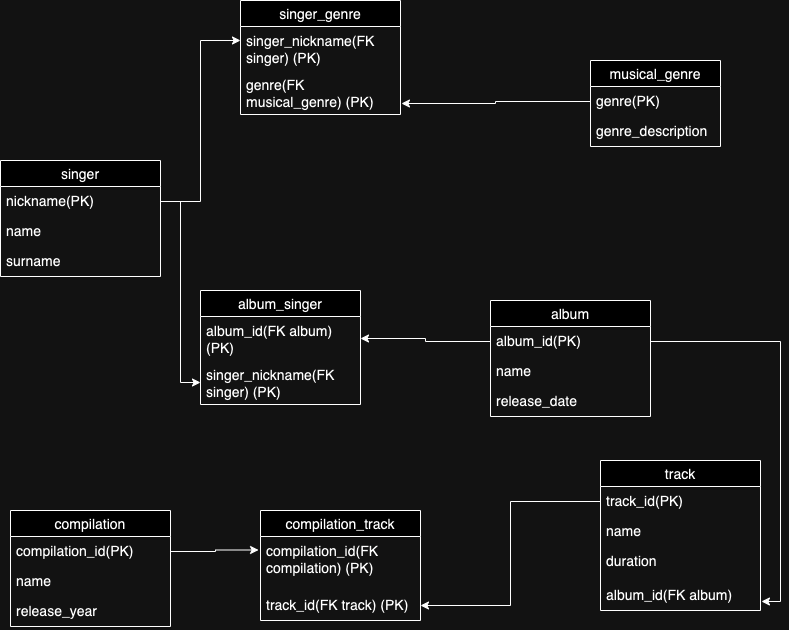
Earlier version of the draw.io export musical_site.png (ilonsisse/db_2nd_task). Source tidied: cells renumbered, new cells last; positions are measured from the earlier drawing's top-left corner, leaving out a move shared by most shapes. Its diagram source:
```xml
<mxGraphModel>
  <root>
    <mxCell id="0" />
    <mxCell id="1" parent="0" />
    <mxCell id="2" value="singer_genre" style="swimlane;fontStyle=0;horizontal=1;startSize=26;align=center;fontSize=14;" parent="1" vertex="1">
      <mxGeometry x="240" width="160" height="114" as="geometry" />
    </mxCell>
    <mxCell id="3" value="&lt;font style=&quot;font-size: 14px;&quot;&gt;singer_nickname(FK singer) (PK)&lt;/font&gt;" style="text;strokeColor=none;fillColor=none;spacingLeft=4;spacingRight=4;overflow=hidden;points=[[0,0.5],[1,0.5]];portConstraint=eastwest;fontSize=12;whiteSpace=wrap;html=1;" parent="2" vertex="1">
      <mxGeometry y="26" width="160" height="44" as="geometry" />
    </mxCell>
    <mxCell id="4" value="&lt;font style=&quot;font-size: 14px;&quot;&gt;genre(FK musical_genre) (PK)&lt;/font&gt;" style="text;strokeColor=none;fillColor=none;spacingLeft=4;spacingRight=4;overflow=hidden;points=[[0,0.5],[1,0.5]];portConstraint=eastwest;fontSize=12;whiteSpace=wrap;html=1;" parent="2" vertex="1">
      <mxGeometry y="70" width="160" height="44" as="geometry" />
    </mxCell>
    <mxCell id="5" value="musical_genre" style="swimlane;fontStyle=0;horizontal=1;startSize=26;align=center;fontSize=14;" parent="1" vertex="1">
      <mxGeometry x="590" y="60" width="130" height="86" as="geometry" />
    </mxCell>
    <mxCell id="6" value="&lt;font style=&quot;font-size: 14px;&quot;&gt;genre(PK)&lt;/font&gt;" style="text;strokeColor=none;fillColor=none;spacingLeft=4;spacingRight=4;overflow=hidden;points=[[0,0.5],[1,0.5]];portConstraint=eastwest;fontSize=12;whiteSpace=wrap;html=1;" parent="5" vertex="1">
      <mxGeometry y="26" width="130" height="30" as="geometry" />
    </mxCell>
    <mxCell id="7" value="&lt;font style=&quot;font-size: 14px;&quot;&gt;genre_description&lt;/font&gt;" style="text;strokeColor=none;fillColor=none;spacingLeft=4;spacingRight=4;overflow=hidden;fontSize=12;whiteSpace=wrap;html=1;" parent="5" vertex="1">
      <mxGeometry y="56" width="130" height="30" as="geometry" />
    </mxCell>
    <mxCell id="8" style="edgeStyle=orthogonalEdgeStyle;rounded=0;jettySize=auto;html=1;exitX=0;exitY=0.5;exitDx=0;exitDy=0;entryX=1.006;entryY=0.75;entryDx=0;entryDy=0;entryPerimeter=0;" parent="1" edge="1" source="6" target="4">
      <mxGeometry relative="1" as="geometry" />
    </mxCell>
    <mxCell id="9" value="singer" style="swimlane;fontStyle=0;horizontal=1;startSize=26;align=center;fontSize=14;" parent="1" vertex="1">
      <mxGeometry y="160" width="160" height="116" as="geometry" />
    </mxCell>
    <mxCell id="10" value="&lt;font style=&quot;font-size: 14px;&quot;&gt;nickname(PK)&lt;/font&gt;" style="text;strokeColor=none;fillColor=none;spacingLeft=4;spacingRight=4;overflow=hidden;points=[[0,0.5],[1,0.5]];portConstraint=eastwest;fontSize=12;whiteSpace=wrap;html=1;" parent="9" vertex="1">
      <mxGeometry y="26" width="160" height="30" as="geometry" />
    </mxCell>
    <mxCell id="11" value="&lt;font style=&quot;font-size: 14px;&quot;&gt;name&lt;/font&gt;" style="text;strokeColor=none;fillColor=none;spacingLeft=4;spacingRight=4;overflow=hidden;fontSize=12;whiteSpace=wrap;html=1;" parent="9" vertex="1">
      <mxGeometry y="56" width="160" height="30" as="geometry" />
    </mxCell>
    <mxCell id="12" value="&lt;font style=&quot;font-size: 14px;&quot;&gt;surname&lt;/font&gt;" style="text;strokeColor=none;fillColor=none;spacingLeft=4;spacingRight=4;overflow=hidden;fontSize=12;whiteSpace=wrap;html=1;" parent="9" vertex="1">
      <mxGeometry y="86" width="160" height="30" as="geometry" />
    </mxCell>
    <mxCell id="13" style="edgeStyle=orthogonalEdgeStyle;rounded=0;jettySize=auto;html=1;exitX=1;exitY=0.5;exitDx=0;exitDy=0;entryX=0;entryY=0.318;entryDx=0;entryDy=0;entryPerimeter=0;" parent="1" edge="1" source="10" target="3">
      <mxGeometry relative="1" as="geometry" />
    </mxCell>
    <mxCell id="14" value="album_singer" style="swimlane;fontStyle=0;horizontal=1;startSize=26;align=center;fontSize=14;" parent="1" vertex="1">
      <mxGeometry x="200" y="290" width="160" height="114" as="geometry" />
    </mxCell>
    <mxCell id="15" value="&lt;font style=&quot;font-size: 14px;&quot;&gt;album_id(FK album)(PK)&lt;/font&gt;" style="text;strokeColor=none;fillColor=none;spacingLeft=4;spacingRight=4;overflow=hidden;points=[[0,0.5],[1,0.5]];portConstraint=eastwest;fontSize=12;whiteSpace=wrap;html=1;" parent="14" vertex="1">
      <mxGeometry y="26" width="160" height="44" as="geometry" />
    </mxCell>
    <mxCell id="16" value="&lt;font style=&quot;font-size: 14px;&quot;&gt;singer_nickname(FK singer) (PK)&lt;/font&gt;" style="text;strokeColor=none;fillColor=none;spacingLeft=4;spacingRight=4;overflow=hidden;points=[[0,0.5],[1,0.5]];portConstraint=eastwest;fontSize=12;whiteSpace=wrap;html=1;" parent="14" vertex="1">
      <mxGeometry y="70" width="160" height="44" as="geometry" />
    </mxCell>
    <mxCell id="17" style="edgeStyle=orthogonalEdgeStyle;rounded=0;jettySize=auto;html=1;exitX=1;exitY=0.5;exitDx=0;exitDy=0;entryX=0;entryY=0.5;entryDx=0;entryDy=0;" parent="1" edge="1" source="10" target="16">
      <mxGeometry relative="1" as="geometry" />
    </mxCell>
    <mxCell id="18" value="album" style="swimlane;fontStyle=0;horizontal=1;startSize=26;align=center;fontSize=14;" parent="1" vertex="1">
      <mxGeometry x="490" y="300" width="160" height="116" as="geometry" />
    </mxCell>
    <mxCell id="19" value="&lt;font style=&quot;font-size: 14px;&quot;&gt;album_id(PK)&lt;/font&gt;" style="text;strokeColor=none;fillColor=none;spacingLeft=4;spacingRight=4;overflow=hidden;points=[[0,0.5],[1,0.5]];portConstraint=eastwest;fontSize=12;whiteSpace=wrap;html=1;" parent="18" vertex="1">
      <mxGeometry y="26" width="160" height="30" as="geometry" />
    </mxCell>
    <mxCell id="20" value="&lt;font style=&quot;font-size: 14px;&quot;&gt;name&lt;/font&gt;" style="text;strokeColor=none;fillColor=none;spacingLeft=4;spacingRight=4;overflow=hidden;fontSize=12;whiteSpace=wrap;html=1;" parent="18" vertex="1">
      <mxGeometry y="56" width="160" height="30" as="geometry" />
    </mxCell>
    <mxCell id="21" value="&lt;font style=&quot;font-size: 14px;&quot;&gt;release_date&lt;/font&gt;" style="text;strokeColor=none;fillColor=none;spacingLeft=4;spacingRight=4;overflow=hidden;fontSize=12;whiteSpace=wrap;html=1;" parent="18" vertex="1">
      <mxGeometry y="86" width="160" height="30" as="geometry" />
    </mxCell>
    <mxCell id="22" style="edgeStyle=orthogonalEdgeStyle;rounded=0;jettySize=auto;html=1;exitX=0;exitY=0.5;exitDx=0;exitDy=0;entryX=1;entryY=0.5;entryDx=0;entryDy=0;" parent="1" edge="1" source="19" target="15">
      <mxGeometry relative="1" as="geometry" />
    </mxCell>
    <mxCell id="23" value="track" style="swimlane;fontStyle=0;horizontal=1;startSize=26;align=center;fontSize=14;" parent="1" vertex="1">
      <mxGeometry x="600" y="460" width="160" height="150" as="geometry" />
    </mxCell>
    <mxCell id="24" value="&lt;font style=&quot;font-size: 14px;&quot;&gt;track_id(PK)&lt;/font&gt;" style="text;strokeColor=none;fillColor=none;spacingLeft=4;spacingRight=4;overflow=hidden;points=[[0,0.5],[1,0.5]];portConstraint=eastwest;fontSize=12;whiteSpace=wrap;html=1;" parent="23" vertex="1">
      <mxGeometry y="26" width="160" height="30" as="geometry" />
    </mxCell>
    <mxCell id="25" value="&lt;font style=&quot;font-size: 14px;&quot;&gt;name&lt;/font&gt;" style="text;strokeColor=none;fillColor=none;spacingLeft=4;spacingRight=4;overflow=hidden;fontSize=12;whiteSpace=wrap;html=1;" parent="23" vertex="1">
      <mxGeometry y="56" width="160" height="30" as="geometry" />
    </mxCell>
    <mxCell id="26" value="&lt;font style=&quot;font-size: 14px;&quot;&gt;duration&lt;br&gt;&lt;br&gt;&lt;/font&gt;&lt;div style=&quot;font-size: 14px;&quot;&gt;&lt;font style=&quot;font-size: 14px;&quot;&gt;album_id(FK album)&lt;/font&gt;&lt;/div&gt;" style="text;strokeColor=none;fillColor=none;spacingLeft=4;spacingRight=4;overflow=hidden;points=[[0,0.5],[1,0.5]];portConstraint=eastwest;fontSize=12;whiteSpace=wrap;html=1;" parent="23" vertex="1">
      <mxGeometry y="86" width="160" height="64" as="geometry" />
    </mxCell>
    <mxCell id="27" style="edgeStyle=orthogonalEdgeStyle;rounded=0;jettySize=auto;html=1;exitX=1;exitY=0.5;exitDx=0;exitDy=0;entryX=1.006;entryY=0.859;entryDx=0;entryDy=0;entryPerimeter=0;" parent="1" edge="1" source="19" target="26">
      <mxGeometry relative="1" as="geometry" />
    </mxCell>
    <mxCell id="28" value="compilation_track" style="swimlane;fontStyle=0;horizontal=1;startSize=26;align=center;fontSize=14;" parent="1" vertex="1">
      <mxGeometry x="260" y="510" width="160" height="110" as="geometry" />
    </mxCell>
    <mxCell id="29" value="&lt;font style=&quot;font-size: 14px;&quot;&gt;compilation_id(FK compilation) (PK)&lt;/font&gt;" style="text;strokeColor=none;fillColor=none;spacingLeft=4;spacingRight=4;overflow=hidden;points=[[0,0.5],[1,0.5]];portConstraint=eastwest;fontSize=12;whiteSpace=wrap;html=1;" parent="28" vertex="1">
      <mxGeometry y="26" width="160" height="54" as="geometry" />
    </mxCell>
    <mxCell id="30" value="&lt;font style=&quot;font-size: 14px;&quot;&gt;track_id(FK track) (PK)&lt;/font&gt;" style="text;strokeColor=none;fillColor=none;spacingLeft=4;spacingRight=4;overflow=hidden;points=[[0,0.5],[1,0.5]];portConstraint=eastwest;fontSize=12;whiteSpace=wrap;html=1;" parent="28" vertex="1">
      <mxGeometry y="80" width="160" height="30" as="geometry" />
    </mxCell>
    <mxCell id="31" style="edgeStyle=orthogonalEdgeStyle;rounded=0;jettySize=auto;html=1;exitX=0;exitY=0.5;exitDx=0;exitDy=0;entryX=1;entryY=0.5;entryDx=0;entryDy=0;" parent="1" edge="1" source="24" target="30">
      <mxGeometry relative="1" as="geometry" />
    </mxCell>
    <mxCell id="32" value="compilation" style="swimlane;fontStyle=0;horizontal=1;startSize=26;align=center;fontSize=14;" parent="1" vertex="1">
      <mxGeometry x="10" y="510" width="160" height="116" as="geometry" />
    </mxCell>
    <mxCell id="33" value="&lt;font style=&quot;font-size: 14px;&quot;&gt;compilation_id(PK)&lt;/font&gt;" style="text;strokeColor=none;fillColor=none;spacingLeft=4;spacingRight=4;overflow=hidden;points=[[0,0.5],[1,0.5]];portConstraint=eastwest;fontSize=12;whiteSpace=wrap;html=1;" parent="32" vertex="1">
      <mxGeometry y="26" width="160" height="30" as="geometry" />
    </mxCell>
    <mxCell id="34" value="&lt;font style=&quot;font-size: 14px;&quot;&gt;name&lt;/font&gt;" style="text;strokeColor=none;fillColor=none;spacingLeft=4;spacingRight=4;overflow=hidden;fontSize=12;whiteSpace=wrap;html=1;" parent="32" vertex="1">
      <mxGeometry y="56" width="160" height="30" as="geometry" />
    </mxCell>
    <mxCell id="35" value="&lt;font style=&quot;font-size: 14px;&quot;&gt;release_year&lt;/font&gt;" style="text;strokeColor=none;fillColor=none;spacingLeft=4;spacingRight=4;overflow=hidden;fontSize=12;whiteSpace=wrap;html=1;" parent="32" vertex="1">
      <mxGeometry y="86" width="160" height="30" as="geometry" />
    </mxCell>
    <mxCell id="36" style="edgeStyle=orthogonalEdgeStyle;rounded=0;jettySize=auto;html=1;exitX=1;exitY=0.5;exitDx=0;exitDy=0;entryX=-0.012;entryY=0.25;entryDx=0;entryDy=0;entryPerimeter=0;" parent="1" edge="1" source="33" target="29">
      <mxGeometry relative="1" as="geometry" />
    </mxCell>
  </root>
</mxGraphModel>
```
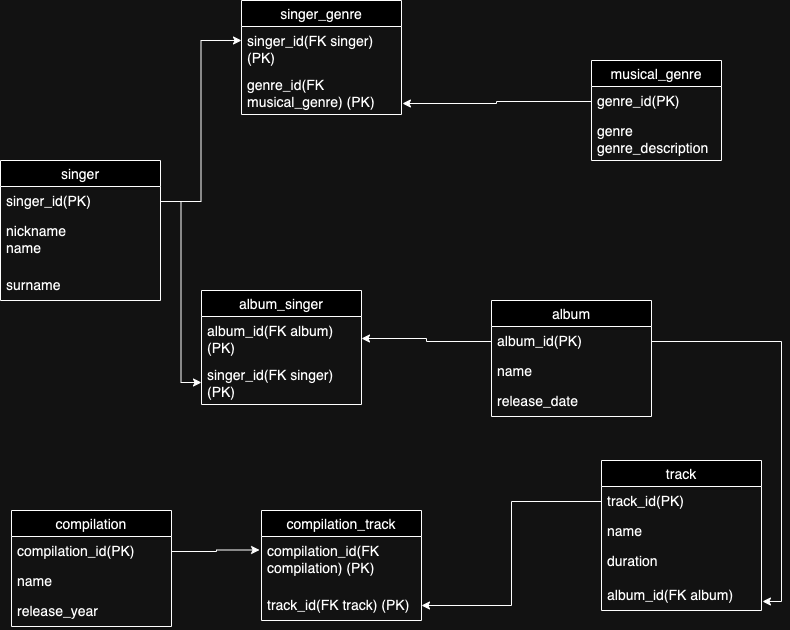
The same file after the commit.

Commit message:
modified in line with recommendations

What changed in the source:
```diff
@@ -5,35 +5,35 @@
     <mxCell id="2" value="singer_genre" style="swimlane;fontStyle=0;horizontal=1;startSize=26;align=center;fontSize=14;" parent="1" vertex="1">
       <mxGeometry x="240" width="160" height="114" as="geometry" />
     </mxCell>
-    <mxCell id="3" value="&lt;font style=&quot;font-size: 14px;&quot;&gt;singer_nickname(FK singer) (PK)&lt;/font&gt;" style="text;strokeColor=none;fillColor=none;spacingLeft=4;spacingRight=4;overflow=hidden;points=[[0,0.5],[1,0.5]];portConstraint=eastwest;fontSize=12;whiteSpace=wrap;html=1;" parent="2" vertex="1">
+    <mxCell id="3" value="&lt;font style=&quot;font-size: 14px;&quot;&gt;singer_id(FK singer) (PK)&lt;/font&gt;" style="text;strokeColor=none;fillColor=none;spacingLeft=4;spacingRight=4;overflow=hidden;points=[[0,0.5],[1,0.5]];portConstraint=eastwest;fontSize=12;whiteSpace=wrap;html=1;" parent="2" vertex="1">
       <mxGeometry y="26" width="160" height="44" as="geometry" />
     </mxCell>
-    <mxCell id="4" value="&lt;font style=&quot;font-size: 14px;&quot;&gt;genre(FK musical_genre) (PK)&lt;/font&gt;" style="text;strokeColor=none;fillColor=none;spacingLeft=4;spacingRight=4;overflow=hidden;points=[[0,0.5],[1,0.5]];portConstraint=eastwest;fontSize=12;whiteSpace=wrap;html=1;" parent="2" vertex="1">
+    <mxCell id="4" value="&lt;font style=&quot;font-size: 14px;&quot;&gt;genre_id(FK musical_genre) (PK)&lt;/font&gt;" style="text;strokeColor=none;fillColor=none;spacingLeft=4;spacingRight=4;overflow=hidden;points=[[0,0.5],[1,0.5]];portConstraint=eastwest;fontSize=12;whiteSpace=wrap;html=1;" parent="2" vertex="1">
       <mxGeometry y="70" width="160" height="44" as="geometry" />
     </mxCell>
     <mxCell id="5" value="musical_genre" style="swimlane;fontStyle=0;horizontal=1;startSize=26;align=center;fontSize=14;" parent="1" vertex="1">
-      <mxGeometry x="590" y="60" width="130" height="86" as="geometry" />
+      <mxGeometry x="590" y="60" width="130" height="100" as="geometry" />
     </mxCell>
-    <mxCell id="6" value="&lt;font style=&quot;font-size: 14px;&quot;&gt;genre(PK)&lt;/font&gt;" style="text;strokeColor=none;fillColor=none;spacingLeft=4;spacingRight=4;overflow=hidden;points=[[0,0.5],[1,0.5]];portConstraint=eastwest;fontSize=12;whiteSpace=wrap;html=1;" parent="5" vertex="1">
+    <mxCell id="6" value="&lt;font style=&quot;font-size: 14px;&quot;&gt;genre_id(PK)&lt;/font&gt;" style="text;strokeColor=none;fillColor=none;spacingLeft=4;spacingRight=4;overflow=hidden;points=[[0,0.5],[1,0.5]];portConstraint=eastwest;fontSize=12;whiteSpace=wrap;html=1;" parent="5" vertex="1">
       <mxGeometry y="26" width="130" height="30" as="geometry" />
     </mxCell>
-    <mxCell id="7" value="&lt;font style=&quot;font-size: 14px;&quot;&gt;genre_description&lt;/font&gt;" style="text;strokeColor=none;fillColor=none;spacingLeft=4;spacingRight=4;overflow=hidden;fontSize=12;whiteSpace=wrap;html=1;" parent="5" vertex="1">
-      <mxGeometry y="56" width="130" height="30" as="geometry" />
+    <mxCell id="7" value="&lt;font style=&quot;font-size: 14px;&quot;&gt;genre&lt;br&gt;genre_description&lt;/font&gt;" style="text;strokeColor=none;fillColor=none;spacingLeft=4;spacingRight=4;overflow=hidden;fontSize=12;whiteSpace=wrap;html=1;" parent="5" vertex="1">
+      <mxGeometry y="56" width="130" height="44" as="geometry" />
     </mxCell>
     <mxCell id="8" style="edgeStyle=orthogonalEdgeStyle;rounded=0;jettySize=auto;html=1;exitX=0;exitY=0.5;exitDx=0;exitDy=0;entryX=1.006;entryY=0.75;entryDx=0;entryDy=0;entryPerimeter=0;" parent="1" edge="1" source="6" target="4">
       <mxGeometry relative="1" as="geometry" />
     </mxCell>
     <mxCell id="9" value="singer" style="swimlane;fontStyle=0;horizontal=1;startSize=26;align=center;fontSize=14;" parent="1" vertex="1">
-      <mxGeometry y="160" width="160" height="116" as="geometry" />
+      <mxGeometry x="-1" y="160" width="160" height="140" as="geometry" />
     </mxCell>
-    <mxCell id="10" value="&lt;font style=&quot;font-size: 14px;&quot;&gt;nickname(PK)&lt;/font&gt;" style="text;strokeColor=none;fillColor=none;spacingLeft=4;spacingRight=4;overflow=hidden;points=[[0,0.5],[1,0.5]];portConstraint=eastwest;fontSize=12;whiteSpace=wrap;html=1;" parent="9" vertex="1">
+    <mxCell id="10" value="&lt;font style=&quot;font-size: 14px;&quot;&gt;singer_id(PK)&lt;/font&gt;" style="text;strokeColor=none;fillColor=none;spacingLeft=4;spacingRight=4;overflow=hidden;points=[[0,0.5],[1,0.5]];portConstraint=eastwest;fontSize=12;whiteSpace=wrap;html=1;" parent="9" vertex="1">
       <mxGeometry y="26" width="160" height="30" as="geometry" />
     </mxCell>
-    <mxCell id="11" value="&lt;font style=&quot;font-size: 14px;&quot;&gt;name&lt;/font&gt;" style="text;strokeColor=none;fillColor=none;spacingLeft=4;spacingRight=4;overflow=hidden;fontSize=12;whiteSpace=wrap;html=1;" parent="9" vertex="1">
-      <mxGeometry y="56" width="160" height="30" as="geometry" />
+    <mxCell id="11" value="&lt;font style=&quot;font-size: 14px;&quot;&gt;nickname&lt;br&gt;name&lt;/font&gt;" style="text;strokeColor=none;fillColor=none;spacingLeft=4;spacingRight=4;overflow=hidden;fontSize=12;whiteSpace=wrap;html=1;" parent="9" vertex="1">
+      <mxGeometry y="56" width="160" height="54" as="geometry" />
     </mxCell>
     <mxCell id="12" value="&lt;font style=&quot;font-size: 14px;&quot;&gt;surname&lt;/font&gt;" style="text;strokeColor=none;fillColor=none;spacingLeft=4;spacingRight=4;overflow=hidden;fontSize=12;whiteSpace=wrap;html=1;" parent="9" vertex="1">
-      <mxGeometry y="86" width="160" height="30" as="geometry" />
+      <mxGeometry y="110" width="160" height="30" as="geometry" />
     </mxCell>
     <mxCell id="13" style="edgeStyle=orthogonalEdgeStyle;rounded=0;jettySize=auto;html=1;exitX=1;exitY=0.5;exitDx=0;exitDy=0;entryX=0;entryY=0.318;entryDx=0;entryDy=0;entryPerimeter=0;" parent="1" edge="1" source="10" target="3">
       <mxGeometry relative="1" as="geometry" />
@@ -44,7 +44,7 @@
     <mxCell id="15" value="&lt;font style=&quot;font-size: 14px;&quot;&gt;album_id(FK album)(PK)&lt;/font&gt;" style="text;strokeColor=none;fillColor=none;spacingLeft=4;spacingRight=4;overflow=hidden;points=[[0,0.5],[1,0.5]];portConstraint=eastwest;fontSize=12;whiteSpace=wrap;html=1;" parent="14" vertex="1">
       <mxGeometry y="26" width="160" height="44" as="geometry" />
     </mxCell>
-    <mxCell id="16" value="&lt;font style=&quot;font-size: 14px;&quot;&gt;singer_nickname(FK singer) (PK)&lt;/font&gt;" style="text;strokeColor=none;fillColor=none;spacingLeft=4;spacingRight=4;overflow=hidden;points=[[0,0.5],[1,0.5]];portConstraint=eastwest;fontSize=12;whiteSpace=wrap;html=1;" parent="14" vertex="1">
+    <mxCell id="16" value="&lt;font style=&quot;font-size: 14px;&quot;&gt;singer_id(FK singer) (PK)&lt;/font&gt;" style="text;strokeColor=none;fillColor=none;spacingLeft=4;spacingRight=4;overflow=hidden;points=[[0,0.5],[1,0.5]];portConstraint=eastwest;fontSize=12;whiteSpace=wrap;html=1;" parent="14" vertex="1">
       <mxGeometry y="70" width="160" height="44" as="geometry" />
     </mxCell>
     <mxCell id="17" style="edgeStyle=orthogonalEdgeStyle;rounded=0;jettySize=auto;html=1;exitX=1;exitY=0.5;exitDx=0;exitDy=0;entryX=0;entryY=0.5;entryDx=0;entryDy=0;" parent="1" edge="1" source="10" target="16">
```
